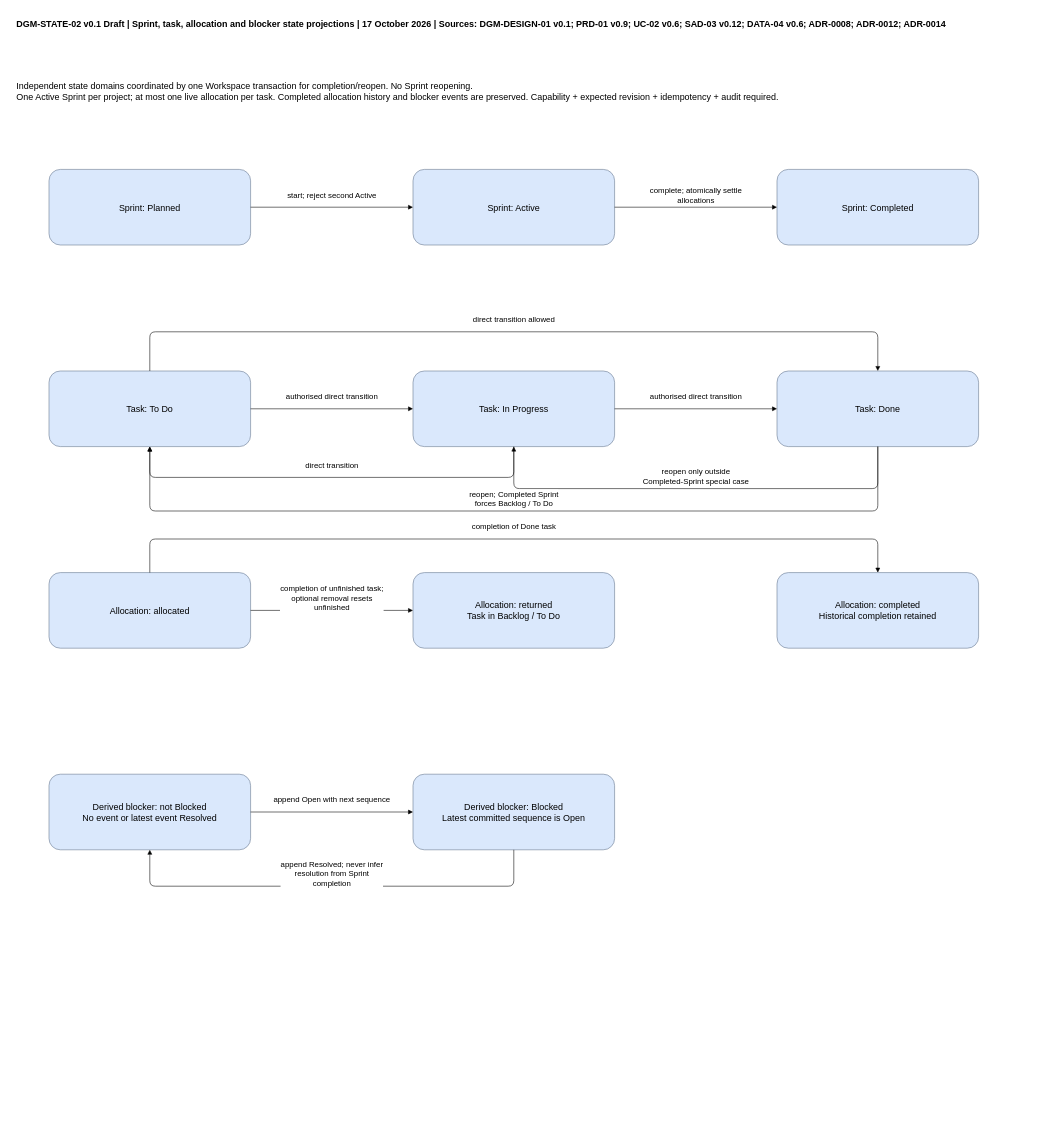
900M100CK/scrum-workspace-KMS-ai keeps this draw.io diagram as docs/sdlc/diagrams/state/sprint-task-allocation.drawio. Above is the earlier version. Source tidied: cells renumbered, new cells numbered last; positions are measured from the earlier drawing's top-left corner, leaving out a move shared by most shapes. Both pictures are drawn from the tidied source at 56%, with x=0, y=0 at pixel (10, 10).
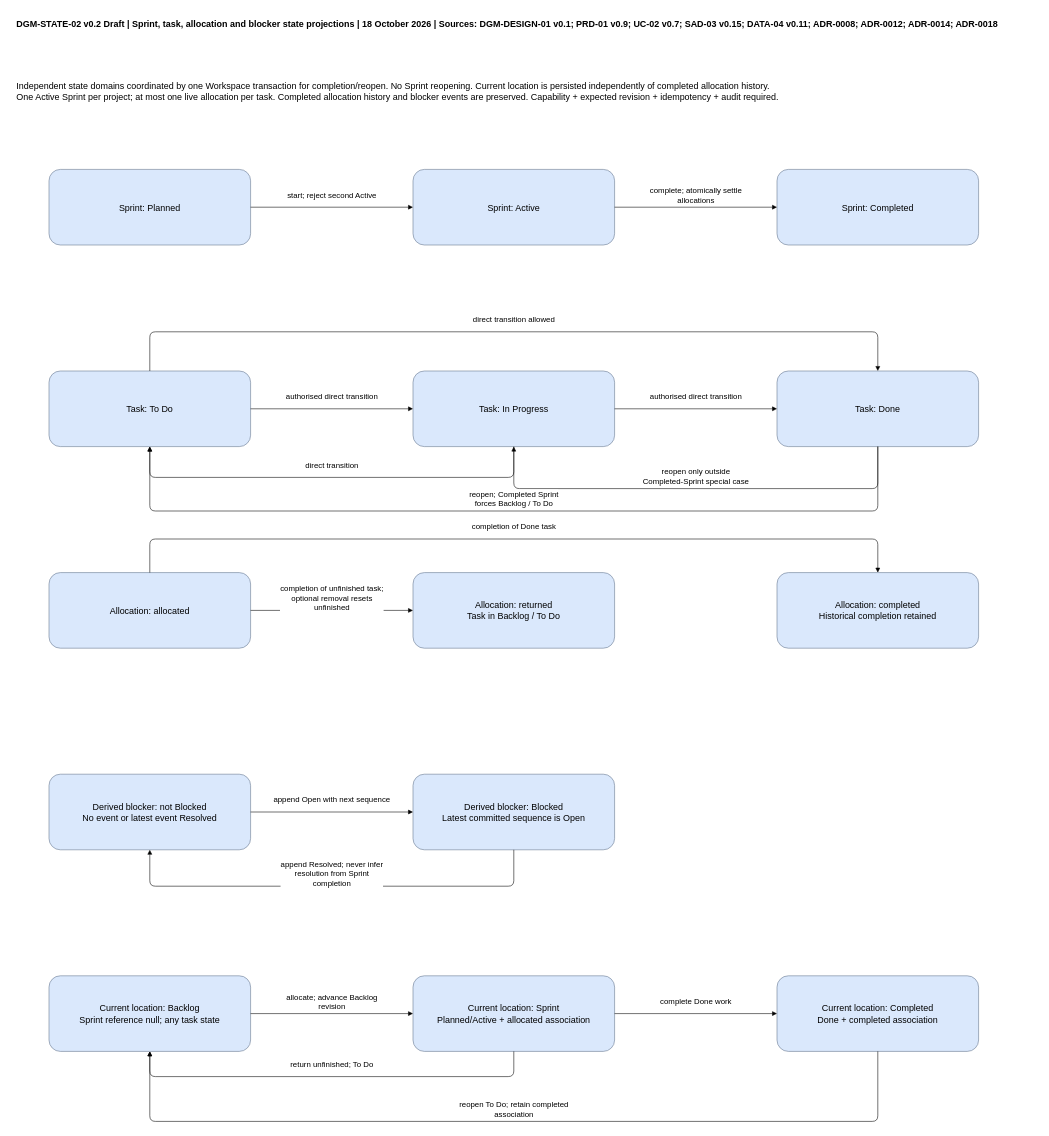
Above is the later version.

Diff of the diagram source:
```diff
@@
+    <mxCell id="27" value="Current location: Backlog&lt;br/&gt;Sprint reference null; any task state" style="rounded=1;fillColor=#dae8fc;strokeColor=#64748b;whiteSpace=wrap;html=1;fontSize=16;spacing=12;" parent="1" vertex="1">
+      <mxGeometry x="70" y="1725" width="360" height="135" as="geometry" />
+    </mxCell>
+    <mxCell id="28" value="Current location: Sprint&lt;br/&gt;Planned/Active + allocated association" style="rounded=1;fillColor=#dae8fc;strokeColor=#64748b;whiteSpace=wrap;html=1;fontSize=16;spacing=12;" parent="1" vertex="1">
+      <mxGeometry x="720" y="1725" width="360" height="135" as="geometry" />
+    </mxCell>
+    <mxCell id="29" value="Current location: Completed&lt;br/&gt;Done + completed association" style="rounded=1;fillColor=#dae8fc;strokeColor=#64748b;whiteSpace=wrap;html=1;fontSize=16;spacing=12;" parent="1" vertex="1">
+      <mxGeometry x="1370" y="1725" width="360" height="135" as="geometry" />
+    </mxCell>
@@
+    <mxCell id="30" value="allocate; advance Backlog&lt;br/&gt;revision" style="edgeStyle=none;rounded=1;jettySize=auto;html=1;fontSize=14;labelBackgroundColor=#ffffff;endArrow=block;edgeStyle=orthogonalEdgeStyle;" parent="1" edge="1" source="27" target="28">
+      <mxGeometry relative="1" as="geometry">
+        <mxPoint y="-22" as="offset" />
+      </mxGeometry>
+    </mxCell>
+    <mxCell id="31" value="complete Done work" style="edgeStyle=none;rounded=1;jettySize=auto;html=1;fontSize=14;labelBackgroundColor=#ffffff;endArrow=block;edgeStyle=orthogonalEdgeStyle;" parent="1" edge="1" source="28" target="29">
+      <mxGeometry relative="1" as="geometry">
+        <mxPoint y="-22" as="offset" />
+      </mxGeometry>
+    </mxCell>
+    <mxCell id="32" value="return unfinished; To Do" style="edgeStyle=none;rounded=1;jettySize=auto;html=1;fontSize=14;labelBackgroundColor=#ffffff;endArrow=block;edgeStyle=orthogonalEdgeStyle;" parent="1" edge="1" source="28" target="27">
+      <mxGeometry relative="1" as="geometry">
+        <Array as="points">
+          <mxPoint x="900" y="1905" />
+          <mxPoint x="250" y="1905" />
+        </Array>
+        <mxPoint y="-22" as="offset" />
+      </mxGeometry>
+    </mxCell>
+    <mxCell id="33" value="reopen To Do; retain completed&lt;br/&gt;association" style="edgeStyle=none;rounded=1;jettySize=auto;html=1;fontSize=14;labelBackgroundColor=#ffffff;endArrow=block;edgeStyle=orthogonalEdgeStyle;" parent="1" edge="1" source="29" target="27">
+      <mxGeometry relative="1" as="geometry">
+        <Array as="points">
+          <mxPoint x="1550" y="1985" />
+          <mxPoint x="250" y="1985" />
+        </Array>
+        <mxPoint y="-22" as="offset" />
+      </mxGeometry>
+    </mxCell>
-    <mxCell id="25" value="DGM-STATE-02 v0.1 Draft | Sprint, task, allocation and blocker state projections | 17 October 2026 | Sources: DGM-DESIGN-01 v0.1; PRD-01 v0.9; UC-02 v0.6; SAD-03 v0.12; DATA-04 v0.6; ADR-0008; ADR-0012; ADR-0014" style="text;align=left;fontStyle=1;whiteSpace=wrap;html=1;fontSize=16;spacing=12;" parent="1" vertex="1">
+    <mxCell id="25" value="DGM-STATE-02 v0.2 Draft | Sprint, task, allocation and blocker state projections | 18 October 2026 | Sources: DGM-DESIGN-01 v0.1; PRD-01 v0.9; UC-02 v0.7; SAD-03 v0.15; DATA-04 v0.11; ADR-0008; ADR-0012; ADR-0014; ADR-0018" style="text;align=left;fontStyle=1;whiteSpace=wrap;html=1;fontSize=16;spacing=12;" parent="1" vertex="1">
       <mxGeometry width="1840" height="105" as="geometry" />
     </mxCell>
-    <mxCell id="26" value="Independent state domains coordinated by one Workspace transaction for completion/reopen. No Sprint reopening.&lt;br/&gt;One Active Sprint per project; at most one live allocation per task. Completed allocation history and blocker events are preserved. Capability + expected revision + idempotency + audit required." style="text;align=left;whiteSpace=wrap;html=1;fontSize=16;spacing=12;" parent="1" vertex="1">
+    <mxCell id="26" value="Independent state domains coordinated by one Workspace transaction for completion/reopen. No Sprint reopening. Current location is persisted independently of completed allocation history.&lt;br/&gt;One Active Sprint per project; at most one live allocation per task. Completed allocation history and blocker events are preserved. Capability + expected revision + idempotency + audit required." style="text;align=left;whiteSpace=wrap;html=1;fontSize=16;spacing=12;" parent="1" vertex="1">
       <mxGeometry y="110" width="1840" height="75" as="geometry" />
     </mxCell>
```
